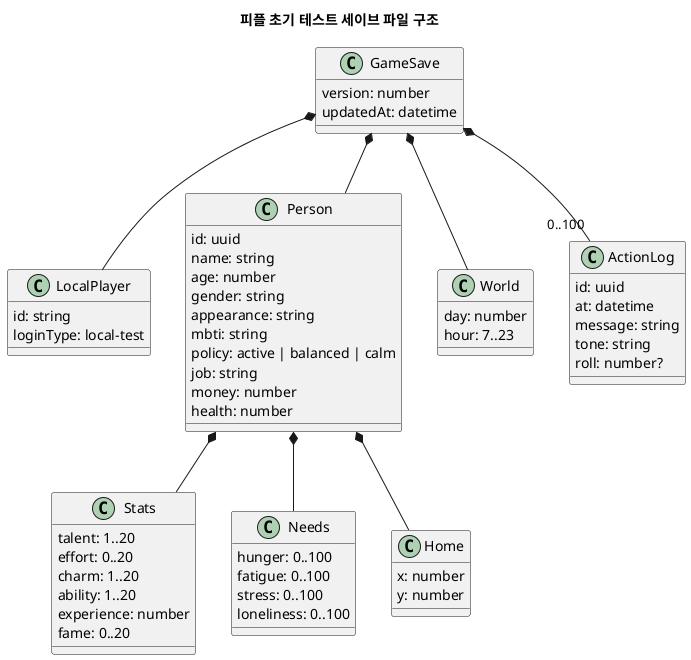
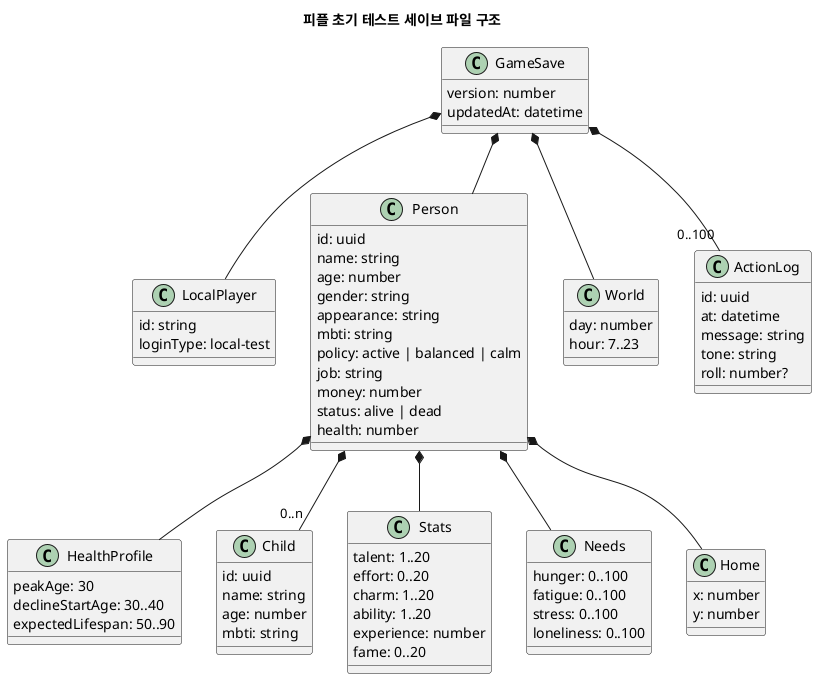
@startuml
title 피플 초기 테스트 세이브 파일 구조

class GameSave {
  version: number
  updatedAt: datetime
}

class LocalPlayer {
  id: string
  loginType: local-test
}

class Person {
  id: uuid
  name: string
  age: number
  gender: string
  appearance: string
  mbti: string
  policy: active | balanced | calm
  job: string
  money: number
+   status: alive | dead
  health: number
+ }
+ 
+ class HealthProfile {
+   peakAge: 30
+   declineStartAge: 30..40
+   expectedLifespan: 50..90
+ }
+ 
+ class Child {
+   id: uuid
+   name: string
+   age: number
+   mbti: string
}

class Stats {
  talent: 1..20
  effort: 0..20
  charm: 1..20
  ability: 1..20
  experience: number
  fame: 0..20
}

class Needs {
  hunger: 0..100
  fatigue: 0..100
  stress: 0..100
  loneliness: 0..100
}

class Home {
  x: number
  y: number
}

class World {
  day: number
  hour: 7..23
}

class ActionLog {
  id: uuid
  at: datetime
  message: string
  tone: string
  roll: number?
}

GameSave *-- LocalPlayer
GameSave *-- Person
GameSave *-- World
GameSave *-- "0..100" ActionLog
Person *-- Stats
Person *-- Needs
Person *-- Home
+ Person *-- HealthProfile
+ Person *-- "0..n" Child
@enduml
